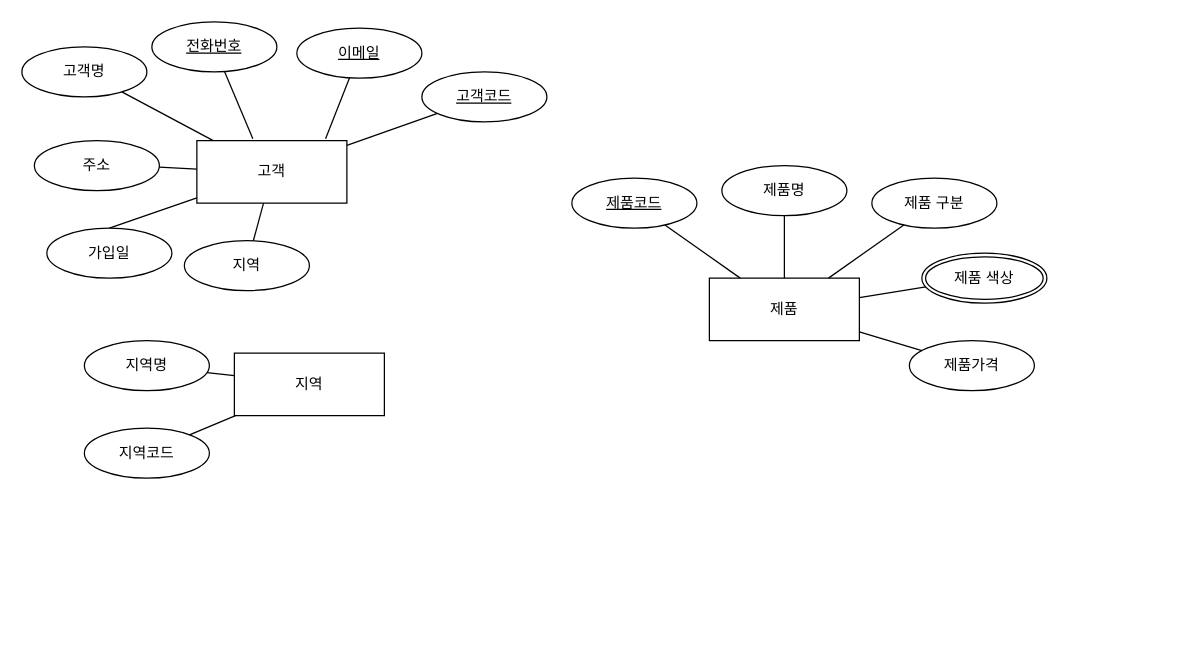
Before: 제목 없는 다이어그램.drawio in cone915/erd, a draw.io diagram. Source tidied: cells renumbered, new cells numbered last; positions are measured from the earlier drawing's top-left corner, leaving out a move shared by most shapes. Both pictures are drawn from the tidied source at 125%, with x=0, y=0 at pixel (21, 21).
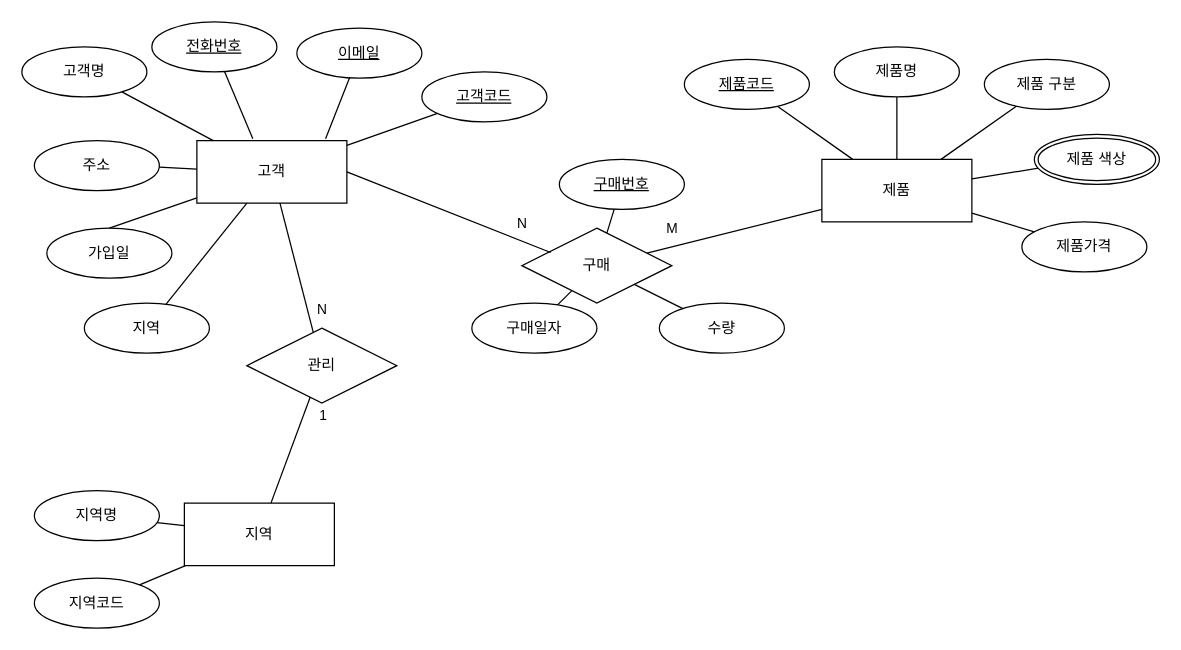
Above is the later version.

Commit message:
제목 없는 다이어그램.drawio 업데이트

The change refers to these unchanged cells:
```xml
<mxCell id="2" value="고객" style="whiteSpace=wrap;html=1;align=center;" parent="1" vertex="1">
  <mxGeometry x="140" y="95" width="120" height="50" as="geometry" />
</mxCell>
```

The edit, as a diff of the source:
```diff
@@
     <mxCell id="4" value="지역" style="ellipse;whiteSpace=wrap;html=1;align=center;" parent="1" vertex="1">
-      <mxGeometry x="130" y="175" width="100" height="40" as="geometry" />
+      <mxGeometry x="50" y="225" width="100" height="40" as="geometry" />
     </mxCell>
@@
     <mxCell id="18" value="지역" style="whiteSpace=wrap;html=1;align=center;" parent="1" vertex="1">
-      <mxGeometry x="170" y="265" width="120" height="50" as="geometry" />
+      <mxGeometry x="130" y="385" width="120" height="50" as="geometry" />
     </mxCell>
     <mxCell id="19" value="지역코드" style="ellipse;whiteSpace=wrap;html=1;align=center;" parent="1" vertex="1">
-      <mxGeometry x="50" y="325" width="100" height="40" as="geometry" />
+      <mxGeometry x="10" y="445" width="100" height="40" as="geometry" />
     </mxCell>
     <mxCell id="20" value="지역명" style="ellipse;whiteSpace=wrap;html=1;align=center;" parent="1" vertex="1">
-      <mxGeometry x="50" y="255" width="100" height="40" as="geometry" />
+      <mxGeometry x="10" y="375" width="100" height="40" as="geometry" />
     </mxCell>
@@
     <mxCell id="23" value="제품" style="whiteSpace=wrap;html=1;align=center;" parent="1" vertex="1">
-      <mxGeometry x="550" y="205" width="120" height="50" as="geometry" />
+      <mxGeometry x="640" y="110" width="120" height="50" as="geometry" />
     </mxCell>
     <mxCell id="24" value="&lt;u&gt;제품코드&lt;/u&gt;" style="ellipse;whiteSpace=wrap;html=1;align=center;" parent="1" vertex="1">
-      <mxGeometry x="440" y="125" width="100" height="40" as="geometry" />
+      <mxGeometry x="530" y="30" width="100" height="40" as="geometry" />
     </mxCell>
     <mxCell id="25" value="제품가격" style="ellipse;whiteSpace=wrap;html=1;align=center;" parent="1" vertex="1">
-      <mxGeometry x="710" y="255" width="100" height="40" as="geometry" />
+      <mxGeometry x="800" y="160" width="100" height="40" as="geometry" />
     </mxCell>
     <mxCell id="26" value="제품 구분" style="ellipse;whiteSpace=wrap;html=1;align=center;" parent="1" vertex="1">
-      <mxGeometry x="680" y="125" width="100" height="40" as="geometry" />
+      <mxGeometry x="770" y="30" width="100" height="40" as="geometry" />
     </mxCell>
     <mxCell id="27" value="제품명" style="ellipse;whiteSpace=wrap;html=1;align=center;" parent="1" vertex="1">
-      <mxGeometry x="560" y="115" width="100" height="40" as="geometry" />
+      <mxGeometry x="650" y="20" width="100" height="40" as="geometry" />
     </mxCell>
@@
     <mxCell id="32" value="제품 색상" style="ellipse;shape=doubleEllipse;margin=3;whiteSpace=wrap;html=1;align=center;" parent="1" vertex="1">
-      <mxGeometry x="720" y="185" width="100" height="40" as="geometry" />
+      <mxGeometry x="810" y="90" width="100" height="40" as="geometry" />
     </mxCell>
@@
+    <mxCell id="34" value="관리" style="shape=rhombus;perimeter=rhombusPerimeter;whiteSpace=wrap;html=1;align=center;" parent="1" vertex="1">
+      <mxGeometry x="180" y="245" width="120" height="60" as="geometry" />
+    </mxCell>
+    <mxCell id="35" style="endArrow=none;html=1;rounded=0;" parent="1" edge="1" source="34" target="2">
+      <mxGeometry relative="1" as="geometry" />
+    </mxCell>
+    <mxCell id="36" value="N" style="edgeLabel;html=1;align=center;verticalAlign=middle;" parent="35" vertex="1">
+      <mxGeometry x="0.08" y="1" relative="1" as="geometry">
+        <mxPoint x="22" y="37" as="offset" />
+      </mxGeometry>
+    </mxCell>
+    <mxCell id="37" style="endArrow=none;html=1;rounded=0;" parent="1" edge="1" source="34" target="18">
+      <mxGeometry relative="1" as="geometry" />
+    </mxCell>
+    <mxCell id="38" value="1" style="edgeLabel;html=1;align=center;verticalAlign=middle;" parent="37" vertex="1">
+      <mxGeometry x="0.29" y="3" relative="1" as="geometry">
+        <mxPoint x="27" y="-41" as="offset" />
+      </mxGeometry>
+    </mxCell>
+    <mxCell id="39" value="구매" style="shape=rhombus;perimeter=rhombusPerimeter;whiteSpace=wrap;html=1;align=center;" parent="1" vertex="1">
+      <mxGeometry x="400" y="165" width="120" height="60" as="geometry" />
+    </mxCell>
+    <mxCell id="40" value="&lt;u&gt;구매번호&lt;/u&gt;" style="ellipse;whiteSpace=wrap;html=1;align=center;" parent="1" vertex="1">
+      <mxGeometry x="430" y="110" width="100" height="40" as="geometry" />
+    </mxCell>
+    <mxCell id="41" value="수량" style="ellipse;whiteSpace=wrap;html=1;align=center;" parent="1" vertex="1">
+      <mxGeometry x="510" y="225" width="100" height="40" as="geometry" />
+    </mxCell>
+    <mxCell id="42" value="구매일자" style="ellipse;whiteSpace=wrap;html=1;align=center;" parent="1" vertex="1">
+      <mxGeometry x="360" y="225" width="100" height="40" as="geometry" />
+    </mxCell>
+    <mxCell id="43" style="endArrow=none;html=1;rounded=0;exitX=1;exitY=0.5;exitDx=0;exitDy=0;entryX=0.192;entryY=0.325;entryDx=0;entryDy=0;entryPerimeter=0;" parent="1" edge="1" source="2" target="39">
+      <mxGeometry relative="1" as="geometry" />
+    </mxCell>
+    <mxCell id="44" value="N" style="edgeLabel;html=1;align=center;verticalAlign=middle;" parent="43" vertex="1">
+      <mxGeometry x="0.23" y="4" relative="1" as="geometry">
+        <mxPoint x="38" y="4" as="offset" />
+      </mxGeometry>
+    </mxCell>
+    <mxCell id="45" style="endArrow=none;html=1;rounded=0;" parent="1" edge="1" source="41" target="39">
+      <mxGeometry relative="1" as="geometry" />
+    </mxCell>
+    <mxCell id="46" style="endArrow=none;html=1;rounded=0;" parent="1" edge="1" source="42" target="39">
+      <mxGeometry relative="1" as="geometry" />
+    </mxCell>
+    <mxCell id="47" style="endArrow=none;html=1;rounded=0;" parent="1" edge="1" source="40" target="39">
+      <mxGeometry relative="1" as="geometry" />
+    </mxCell>
+    <mxCell id="48" style="endArrow=none;html=1;rounded=0;" parent="1" edge="1" source="39" target="23">
+      <mxGeometry relative="1" as="geometry" />
+    </mxCell>
+    <mxCell id="49" value="M" style="edgeLabel;html=1;align=center;verticalAlign=middle;" parent="48" vertex="1">
+      <mxGeometry x="-0.02" y="-3" relative="1" as="geometry">
+        <mxPoint x="-50" y="-6" as="offset" />
+      </mxGeometry>
+    </mxCell>
```
